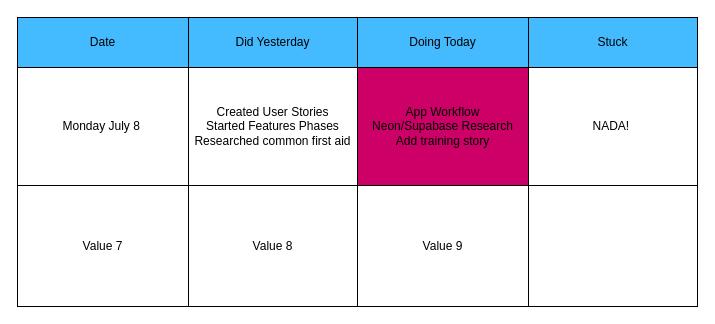
Earlier version of the draw.io diagram page "Project Log" (1 of 11) of Untitled Diagram.drawio (mfmarson/AidMate). Source tidied: cells renumbered, new cells numbered last; positions are measured from the earlier drawing's top-left corner, leaving out a move shared by most shapes. Both pictures are drawn from the tidied source at 100%, with x=0, y=0 at pixel (17, 17).
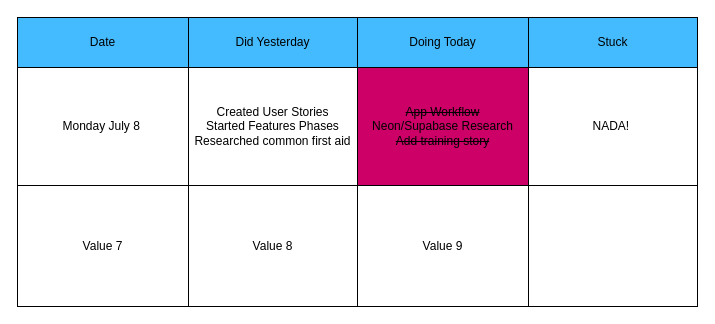
The same diagram, later.

Change to the diagram source:
```diff
@@
 <mxGraphModel>
   <root>
     <mxCell id="0" />
     <mxCell id="1" parent="0" />
     <mxCell id="2" style="childLayout=tableLayout;shadow=0;fillColor=none;" parent="1" vertex="1">
       <mxGeometry width="680" height="289" as="geometry" />
     </mxCell>
     <mxCell id="3" style="shape=tableRow;horizontal=0;startSize=0;swimlaneHead=0;swimlaneBody=0;top=0;left=0;bottom=0;right=0;fontStyle=0;fillColor=none;strokeColor=inherit;" parent="2" vertex="1">
       <mxGeometry width="680" height="50" as="geometry" />
     </mxCell>
     <mxCell id="4" value="Date" style="strokeColor=inherit;fillColor=#45BBFF;align=center;whiteSpace=wrap;html=1;labelBackgroundColor=none;" parent="3" vertex="1">
       <mxGeometry width="171" height="50" as="geometry" />
     </mxCell>
     <mxCell id="5" value="Did Yesterday" style="strokeColor=inherit;fillColor=#45BBFF;align=center;whiteSpace=wrap;html=1;labelBackgroundColor=none;" parent="3" vertex="1">
       <mxGeometry x="171" width="169" height="50" as="geometry" />
     </mxCell>
     <mxCell id="6" value="Doing Today" style="strokeColor=inherit;fillColor=#45BBFF;align=center;whiteSpace=wrap;html=1;labelBackgroundColor=none;" parent="3" vertex="1">
       <mxGeometry x="340" width="171" height="50" as="geometry" />
     </mxCell>
     <mxCell id="7" value="Stuck" style="strokeColor=inherit;fillColor=#45BBFF;align=center;whiteSpace=wrap;html=1;labelBackgroundColor=none;" parent="3" vertex="1">
       <mxGeometry x="511" width="169" height="50" as="geometry" />
     </mxCell>
     <mxCell id="8" style="shape=tableRow;horizontal=0;startSize=0;swimlaneHead=0;swimlaneBody=0;top=0;left=0;bottom=0;right=0;fontStyle=0;fillColor=none;strokeColor=inherit;" parent="2" vertex="1">
       <mxGeometry y="50" width="680" height="118" as="geometry" />
     </mxCell>
     <mxCell id="9" value="Monday July 8&lt;span style=&quot;white-space: pre;&quot;&gt;&#9;&lt;/span&gt;" style="strokeColor=inherit;fillColor=none;align=center;whiteSpace=wrap;html=1;" parent="8" vertex="1">
       <mxGeometry width="171" height="118" as="geometry" />
     </mxCell>
     <mxCell id="10" value="Created User Stories&lt;div&gt;Started Features Phases&lt;/div&gt;&lt;div&gt;Researched common first aid&lt;/div&gt;" style="strokeColor=inherit;fillColor=none;align=center;whiteSpace=wrap;html=1;" parent="8" vertex="1">
       <mxGeometry x="171" width="169" height="118" as="geometry" />
     </mxCell>
-    <mxCell id="11" value="App Workflow&lt;div&gt;Neon/Supabase Research&lt;/div&gt;&lt;div&gt;Add training story&lt;/div&gt;" style="strokeColor=inherit;fillColor=#CC0066;align=center;whiteSpace=wrap;html=1;" parent="8" vertex="1">
+    <mxCell id="11" value="&lt;strike&gt;App Workflow&lt;/strike&gt;&lt;div&gt;Neon/Supabase Research&lt;/div&gt;&lt;div&gt;&lt;strike&gt;Add training story&lt;/strike&gt;&lt;/div&gt;" style="strokeColor=inherit;fillColor=#CC0066;align=center;whiteSpace=wrap;html=1;" parent="8" vertex="1">
       <mxGeometry x="340" width="171" height="118" as="geometry" />
     </mxCell>
     <mxCell id="12" value="NADA!&amp;nbsp;" style="strokeColor=inherit;fillColor=none;align=center;whiteSpace=wrap;html=1;" parent="8" vertex="1">
       <mxGeometry x="511" width="169" height="118" as="geometry" />
     </mxCell>
     <mxCell id="13" style="shape=tableRow;horizontal=0;startSize=0;swimlaneHead=0;swimlaneBody=0;top=0;left=0;bottom=0;right=0;fontStyle=0;fillColor=none;strokeColor=inherit;" parent="2" vertex="1">
       <mxGeometry y="168" width="680" height="121" as="geometry" />
     </mxCell>
     <mxCell id="14" value="Value 7" style="strokeColor=inherit;fillColor=none;align=center;whiteSpace=wrap;html=1;" parent="13" vertex="1">
       <mxGeometry width="171" height="121" as="geometry" />
     </mxCell>
     <mxCell id="15" value="Value 8" style="strokeColor=inherit;fillColor=none;align=center;whiteSpace=wrap;html=1;" parent="13" vertex="1">
       <mxGeometry x="171" width="169" height="121" as="geometry" />
     </mxCell>
     <mxCell id="16" value="Value 9" style="strokeColor=inherit;fillColor=none;align=center;whiteSpace=wrap;html=1;" parent="13" vertex="1">
       <mxGeometry x="340" width="171" height="121" as="geometry" />
     </mxCell>
     <mxCell id="17" style="strokeColor=inherit;fillColor=none;align=center;whiteSpace=wrap;html=1;" parent="13" vertex="1">
       <mxGeometry x="511" width="169" height="121" as="geometry" />
     </mxCell>
   </root>
 </mxGraphModel>
```
